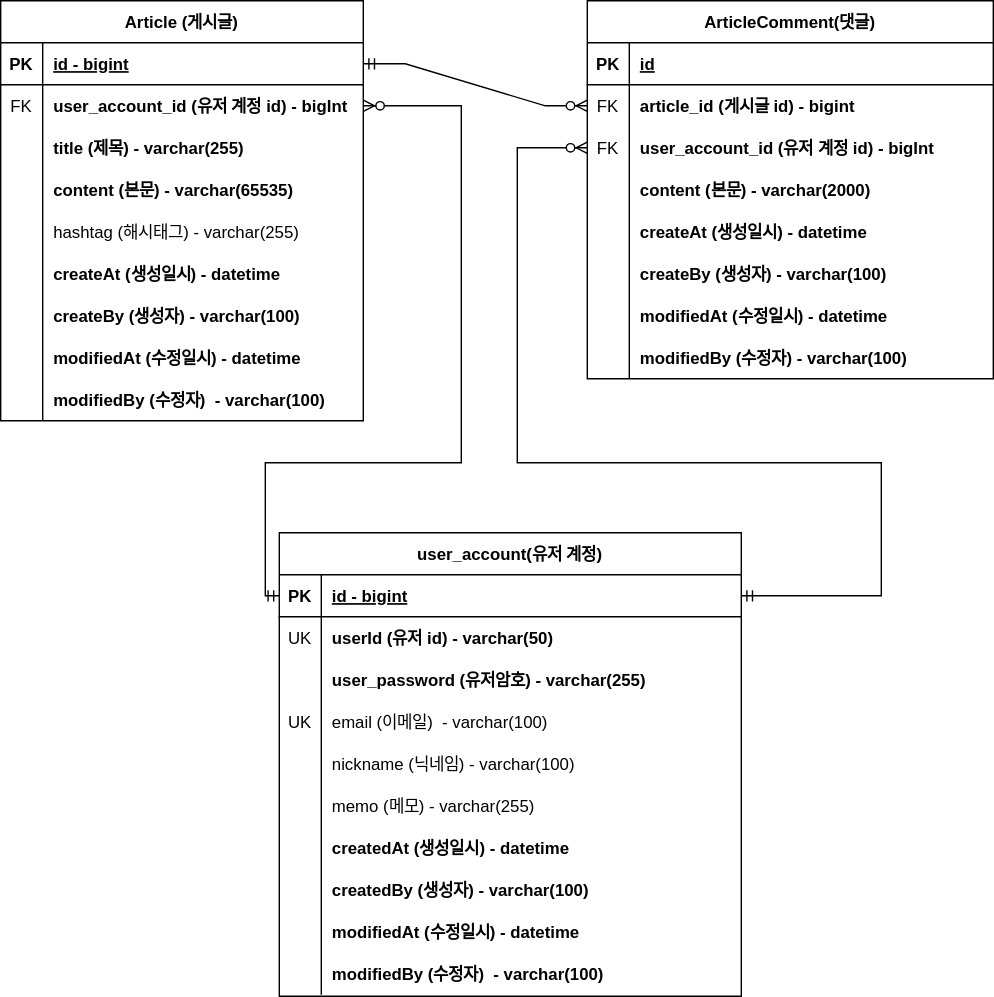
RowenKim/fastcampus-project-board keeps this draw.io diagram as document/project-board-erd.svg. Above is the earlier version. Source tidied: cells renumbered, new cells last; positions are measured from the earlier drawing's top-left corner, leaving out a move shared by most shapes.
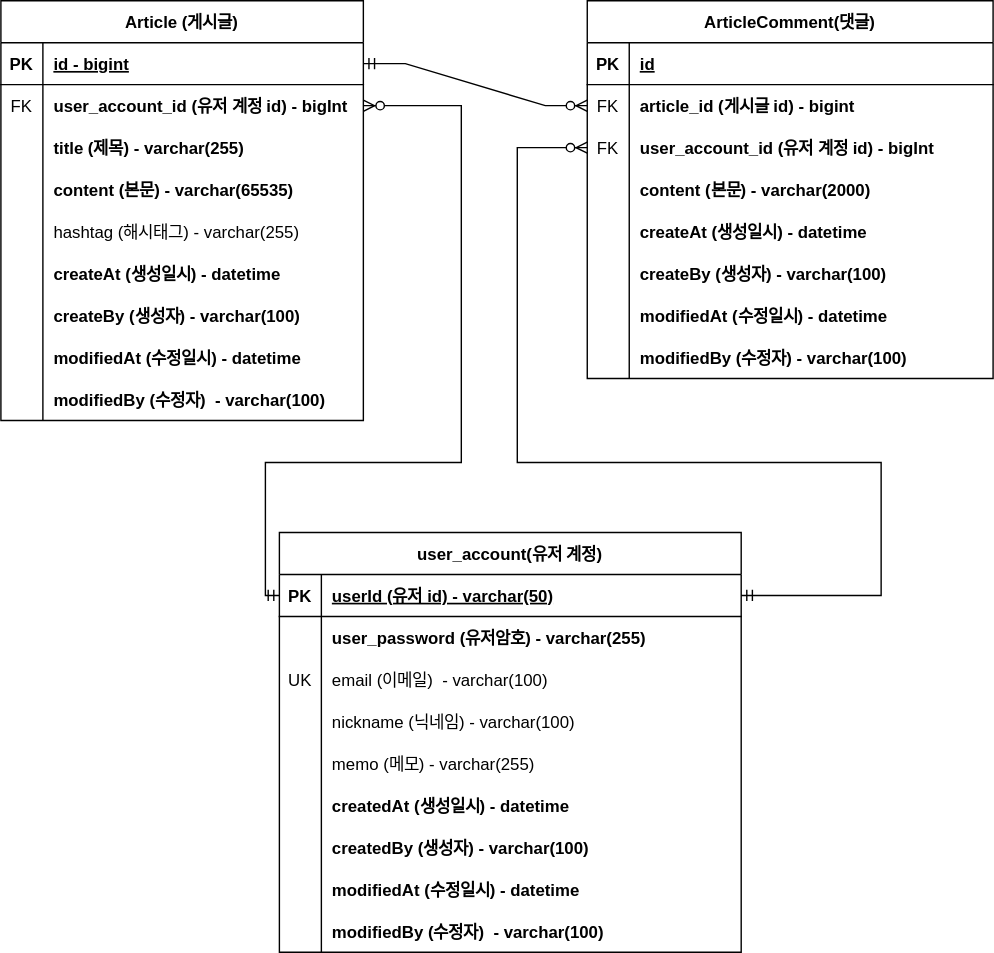
The same file after the commit.

Commit message:
User_account 계정 PK 값 수정

What changed in the source:
```diff
@@ -165,7 +165,7 @@
       <mxGeometry relative="1" as="geometry" />
     </mxCell>
     <mxCell id="56" value="user_account(유저 계정)" style="shape=table;startSize=30;rowLines=0;fontStyle=1;align=center;" parent="1" vertex="1">
-      <mxGeometry x="199" y="380" width="330" height="331" as="geometry" />
+      <mxGeometry x="199" y="380" width="330" height="300" as="geometry" />
     </mxCell>
     <mxCell id="57" style="shape=tableRow;horizontal=0;startSize=0;swimlaneHead=0;swimlaneBody=0;fillColor=none;points=[[0,0.5],[1,0.5]];portConstraint=eastwest;top=0;left=0;right=0;bottom=1;" parent="56" vertex="1">
       <mxGeometry y="30" width="330" height="30" as="geometry" />
@@ -173,20 +173,11 @@
     <mxCell id="58" value="PK" style="shape=partialRectangle;fillColor=none;top=0;left=0;bottom=0;right=0;fontStyle=1;overflow=hidden;" parent="57" vertex="1">
       <mxGeometry width="30" height="30" as="geometry" />
     </mxCell>
-    <mxCell id="59" value="id - bigint" style="shape=partialRectangle;fillColor=none;top=0;left=0;bottom=0;right=0;align=left;spacingLeft=6;fontStyle=5;overflow=hidden;" parent="57" vertex="1">
+    <mxCell id="59" value="userId (유저 id) - varchar(50)" style="shape=partialRectangle;fillColor=none;top=0;left=0;bottom=0;right=0;align=left;spacingLeft=6;fontStyle=5;overflow=hidden;" parent="57" vertex="1">
       <mxGeometry x="30" width="300" height="30" as="geometry" />
     </mxCell>
-    <mxCell id="60" style="shape=tableRow;horizontal=0;startSize=0;swimlaneHead=0;swimlaneBody=0;fillColor=none;top=0;left=0;right=0;bottom=0;" parent="56" vertex="1">
-      <mxGeometry y="60" width="330" height="30" as="geometry" />
-    </mxCell>
-    <mxCell id="61" value="UK" style="shape=partialRectangle;fillColor=none;top=0;left=0;bottom=0;right=0;overflow=hidden;" parent="60" vertex="1">
-      <mxGeometry width="30" height="30" as="geometry" />
-    </mxCell>
-    <mxCell id="62" value="userId (유저 id) - varchar(50)" style="shape=partialRectangle;fillColor=none;top=0;left=0;bottom=0;right=0;align=left;spacingLeft=6;overflow=hidden;fontStyle=1;" parent="60" vertex="1">
-      <mxGeometry x="30" width="300" height="30" as="geometry" />
-    </mxCell>
     <mxCell id="63" style="shape=tableRow;horizontal=0;startSize=0;swimlaneHead=0;swimlaneBody=0;fillColor=none;top=0;left=0;right=0;bottom=0;" parent="56" vertex="1">
-      <mxGeometry y="90" width="330" height="30" as="geometry" />
+      <mxGeometry y="60" width="330" height="30" as="geometry" />
     </mxCell>
     <mxCell id="64" style="shape=partialRectangle;fillColor=none;top=0;left=0;bottom=0;right=0;overflow=hidden;" parent="63" vertex="1">
       <mxGeometry width="30" height="30" as="geometry" />
@@ -195,7 +186,7 @@
       <mxGeometry x="30" width="300" height="30" as="geometry" />
     </mxCell>
     <mxCell id="66" style="shape=tableRow;horizontal=0;startSize=0;swimlaneHead=0;swimlaneBody=0;fillColor=none;top=0;left=0;right=0;bottom=0;" parent="56" vertex="1">
-      <mxGeometry y="120" width="330" height="30" as="geometry" />
+      <mxGeometry y="90" width="330" height="30" as="geometry" />
     </mxCell>
     <mxCell id="67" value="UK" style="shape=partialRectangle;fillColor=none;top=0;left=0;bottom=0;right=0;overflow=hidden;" parent="66" vertex="1">
       <mxGeometry width="30" height="30" as="geometry" />
@@ -204,7 +195,7 @@
       <mxGeometry x="30" width="300" height="30" as="geometry" />
     </mxCell>
     <mxCell id="69" style="shape=tableRow;horizontal=0;startSize=0;swimlaneHead=0;swimlaneBody=0;fillColor=none;top=0;left=0;right=0;bottom=0;" parent="56" vertex="1">
-      <mxGeometry y="150" width="330" height="30" as="geometry" />
+      <mxGeometry y="120" width="330" height="30" as="geometry" />
     </mxCell>
     <mxCell id="70" style="shape=partialRectangle;fillColor=none;top=0;left=0;bottom=0;right=0;overflow=hidden;" parent="69" vertex="1">
       <mxGeometry width="30" height="30" as="geometry" />
@@ -213,7 +204,7 @@
       <mxGeometry x="30" width="300" height="30" as="geometry" />
     </mxCell>
     <mxCell id="72" style="shape=tableRow;horizontal=0;startSize=0;swimlaneHead=0;swimlaneBody=0;fillColor=none;top=0;left=0;right=0;bottom=0;" parent="56" vertex="1">
-      <mxGeometry y="180" width="330" height="30" as="geometry" />
+      <mxGeometry y="150" width="330" height="30" as="geometry" />
     </mxCell>
     <mxCell id="73" style="shape=partialRectangle;fillColor=none;top=0;left=0;bottom=0;right=0;overflow=hidden;" parent="72" vertex="1">
       <mxGeometry width="30" height="30" as="geometry" />
@@ -222,7 +213,7 @@
       <mxGeometry x="30" width="300" height="30" as="geometry" />
     </mxCell>
     <mxCell id="75" style="shape=tableRow;horizontal=0;startSize=0;swimlaneHead=0;swimlaneBody=0;fillColor=none;top=0;left=0;right=0;bottom=0;" parent="56" vertex="1">
-      <mxGeometry y="210" width="330" height="30" as="geometry" />
+      <mxGeometry y="180" width="330" height="30" as="geometry" />
     </mxCell>
     <mxCell id="76" style="shape=partialRectangle;fillColor=none;top=0;left=0;bottom=0;right=0;overflow=hidden;" parent="75" vertex="1">
       <mxGeometry width="30" height="30" as="geometry" />
@@ -231,7 +222,7 @@
       <mxGeometry x="30" width="300" height="30" as="geometry" />
     </mxCell>
     <mxCell id="78" style="shape=tableRow;horizontal=0;startSize=0;swimlaneHead=0;swimlaneBody=0;fillColor=none;top=0;left=0;right=0;bottom=0;" parent="56" vertex="1">
-      <mxGeometry y="240" width="330" height="30" as="geometry" />
+      <mxGeometry y="210" width="330" height="30" as="geometry" />
     </mxCell>
     <mxCell id="79" style="shape=partialRectangle;fillColor=none;top=0;left=0;bottom=0;right=0;overflow=hidden;" parent="78" vertex="1">
       <mxGeometry width="30" height="30" as="geometry" />
@@ -240,7 +231,7 @@
       <mxGeometry x="30" width="300" height="30" as="geometry" />
     </mxCell>
     <mxCell id="81" style="shape=tableRow;horizontal=0;startSize=0;swimlaneHead=0;swimlaneBody=0;fillColor=none;top=0;left=0;right=0;bottom=0;" parent="56" vertex="1">
-      <mxGeometry y="270" width="330" height="30" as="geometry" />
+      <mxGeometry y="240" width="330" height="30" as="geometry" />
     </mxCell>
     <mxCell id="82" style="shape=partialRectangle;fillColor=none;top=0;left=0;bottom=0;right=0;overflow=hidden;" parent="81" vertex="1">
       <mxGeometry width="30" height="30" as="geometry" />
@@ -249,7 +240,7 @@
       <mxGeometry x="30" width="300" height="30" as="geometry" />
     </mxCell>
     <mxCell id="84" style="shape=tableRow;horizontal=0;startSize=0;swimlaneHead=0;swimlaneBody=0;fillColor=none;top=0;left=0;right=0;bottom=0;" parent="56" vertex="1">
-      <mxGeometry y="300" width="330" height="30" as="geometry" />
+      <mxGeometry y="270" width="330" height="30" as="geometry" />
     </mxCell>
     <mxCell id="85" style="shape=partialRectangle;fillColor=none;top=0;left=0;bottom=0;right=0;overflow=hidden;" parent="84" vertex="1">
       <mxGeometry width="30" height="30" as="geometry" />
```
